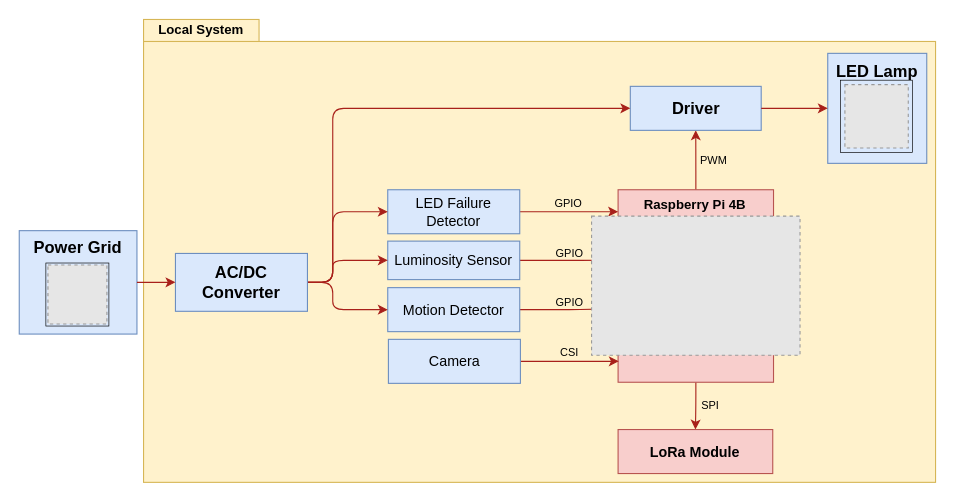
Before: page "local_hw_arch" (4 of 7) of project/report/flowcharts/system_overview.drawio in ESRGgroup9/slipad, a draw.io diagram. Source tidied: cells renumbered, new cells numbered last; positions are measured from the earlier drawing's top-left corner, leaving out a move shared by most shapes. Both pictures are drawn from the tidied source at 110%, with x=0, y=0 at pixel (19, 19). Pictures stored in the file or linked from it are replaced by grey dashed boxes.
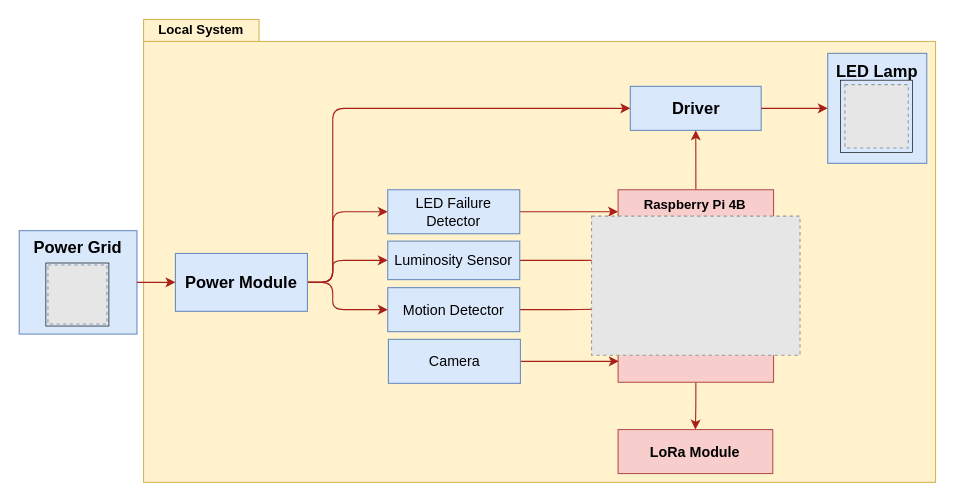
Above is the later version.

Commit message:
Update system_overview.drawio - Local sys

The change refers to these unchanged cells:
```xml
<mxCell id="6" value="Raspberry Pi 4B" style="rounded=0;whiteSpace=wrap;html=1;fillColor=#f8cecc;strokeColor=#b85450;fontColor=default;verticalAlign=top;fontStyle=1;" parent="1" vertex="1">
  <mxGeometry x="544.4" y="155" width="141.3" height="175" as="geometry" />
</mxCell>
<mxCell id="8" value="LED Failure Detector" style="text;html=1;strokeColor=#6C8EBF;fillColor=#dae8fc;align=center;verticalAlign=middle;whiteSpace=wrap;rounded=0;sketch=0;fontSize=13;strokeWidth=1;fontStyle=0;" parent="1" vertex="1">
  <mxGeometry x="335" y="155" width="120" height="40" as="geometry" />
</mxCell>
<mxCell id="10" value="Luminosity Sensor" style="text;html=1;strokeColor=#6C8EBF;fillColor=#dae8fc;align=center;verticalAlign=middle;whiteSpace=wrap;rounded=0;sketch=0;fontSize=13;strokeWidth=1;fontStyle=0;" parent="1" vertex="1">
  <mxGeometry x="335" y="201.7" width="120" height="35" as="geometry" />
</mxCell>
<mxCell id="12" value="&lt;font style=&quot;font-size: 13px;&quot;&gt;Motion Detector&lt;/font&gt;" style="text;html=1;strokeColor=#6C8EBF;fillColor=#dae8fc;align=center;verticalAlign=middle;whiteSpace=wrap;rounded=0;sketch=0;fontSize=13;strokeWidth=1;fontStyle=0;" parent="1" vertex="1">
  <mxGeometry x="335" y="244" width="120" height="40" as="geometry" />
</mxCell>
<mxCell id="14" value="Camera" style="text;html=1;strokeColor=#6C8EBF;fillColor=#dae8fc;align=center;verticalAlign=middle;whiteSpace=wrap;rounded=0;sketch=0;fontSize=13;strokeWidth=1;fontStyle=0;" parent="1" vertex="1">
  <mxGeometry x="335.6" y="291" width="120" height="40" as="geometry" />
</mxCell>
<mxCell id="16" value="&lt;div style=&quot;font-size: 15px&quot;&gt;Driver&lt;/div&gt;" style="rounded=0;whiteSpace=wrap;html=1;fillColor=#dae8fc;strokeColor=#6c8ebf;fontColor=default;fontSize=15;verticalAlign=middle;fontStyle=1;align=center;" parent="1" vertex="1">
  <mxGeometry x="555.5" y="61" width="119" height="40" as="geometry" />
</mxCell>
<mxCell id="33" value="LoRa Module" style="text;html=1;strokeColor=#b85450;fillColor=#f8cecc;align=center;verticalAlign=middle;whiteSpace=wrap;rounded=0;sketch=0;fontSize=13;strokeWidth=1;fontStyle=1;" parent="1" vertex="1">
  <mxGeometry x="544.4" y="373" width="140.6" height="40" as="geometry" />
</mxCell>
```

Change to the diagram source:
```diff
@@
-    <mxCell id="4" value="PWM" style="edgeStyle=orthogonalEdgeStyle;rounded=1;jettySize=auto;html=1;entryX=0.5;entryY=1;entryDx=0;entryDy=0;strokeColor=#A8201A;fontSize=10;labelBackgroundColor=none;" parent="1" edge="1" source="6" target="16">
+    <mxCell id="4" style="edgeStyle=orthogonalEdgeStyle;rounded=1;jettySize=auto;html=1;entryX=0.5;entryY=1;entryDx=0;entryDy=0;strokeColor=#A8201A;fontSize=10;labelBackgroundColor=none;" parent="1" edge="1" source="6" target="16">
       <mxGeometry as="geometry">
         <mxPoint x="16" as="offset" />
       </mxGeometry>
     </mxCell>
-    <mxCell id="5" value="SPI" style="edgeStyle=orthogonalEdgeStyle;rounded=1;jettySize=auto;html=1;entryX=0.5;entryY=0;entryDx=0;entryDy=0;labelBackgroundColor=none;fontSize=10;strokeColor=#A8201A;verticalAlign=middle;" parent="1" edge="1" source="6" target="33">
+    <mxCell id="5" style="edgeStyle=orthogonalEdgeStyle;rounded=1;jettySize=auto;html=1;entryX=0.5;entryY=0;entryDx=0;entryDy=0;labelBackgroundColor=none;fontSize=10;strokeColor=#A8201A;verticalAlign=middle;" parent="1" edge="1" source="6" target="33">
       <mxGeometry x="-0.01" y="-13" relative="1" as="geometry">
         <mxPoint x="26" as="offset" />
       </mxGeometry>
     </mxCell>
@@
-    <mxCell id="7" value="GPIO" style="edgeStyle=orthogonalEdgeStyle;rounded=1;jettySize=auto;html=1;entryX=0;entryY=0.114;entryDx=0;entryDy=0;strokeColor=#A8201A;entryPerimeter=0;fontSize=10;labelBackgroundColor=none;" parent="1" edge="1" source="8" target="6">
+    <mxCell id="7" style="edgeStyle=orthogonalEdgeStyle;rounded=1;jettySize=auto;html=1;entryX=0;entryY=0.114;entryDx=0;entryDy=0;strokeColor=#A8201A;entryPerimeter=0;fontSize=10;labelBackgroundColor=none;" parent="1" edge="1" source="8" target="6">
       <mxGeometry as="geometry">
-        <mxPoint x="-1" y="-8" as="offset" />
+        <mxPoint x="1" y="-46" as="offset" />
       </mxGeometry>
     </mxCell>
@@
-    <mxCell id="9" value="GPIO" style="edgeStyle=orthogonalEdgeStyle;rounded=1;jettySize=auto;html=1;entryX=0;entryY=0.366;entryDx=0;entryDy=0;strokeColor=#A8201A;entryPerimeter=0;fontSize=10;labelBackgroundColor=none;verticalAlign=middle;" parent="1" edge="1" source="10" target="6">
+    <mxCell id="9" style="edgeStyle=orthogonalEdgeStyle;rounded=1;jettySize=auto;html=1;entryX=0;entryY=0.366;entryDx=0;entryDy=0;strokeColor=#A8201A;entryPerimeter=0;fontSize=10;labelBackgroundColor=none;verticalAlign=middle;" parent="1" edge="1" source="10" target="6">
       <mxGeometry as="geometry">
-        <mxPoint y="-6" as="offset" />
+        <mxPoint y="-38" as="offset" />
       </mxGeometry>
     </mxCell>
@@
-    <mxCell id="11" value="GPIO" style="edgeStyle=orthogonalEdgeStyle;rounded=1;jettySize=auto;html=1;strokeColor=#A8201A;entryX=0.003;entryY=0.618;entryDx=0;entryDy=0;entryPerimeter=0;labelBackgroundColor=none;verticalAlign=middle;fontSize=10;" parent="1" edge="1" source="12" target="6">
+    <mxCell id="11" style="edgeStyle=orthogonalEdgeStyle;rounded=1;jettySize=auto;html=1;strokeColor=#A8201A;entryX=0.003;entryY=0.618;entryDx=0;entryDy=0;entryPerimeter=0;labelBackgroundColor=none;verticalAlign=middle;fontSize=10;" parent="1" edge="1" source="12" target="6">
       <mxGeometry as="geometry">
-        <mxPoint y="-7" as="offset" />
+        <mxPoint x="16" y="-25" as="offset" />
       </mxGeometry>
     </mxCell>
@@
-    <mxCell id="13" value="CSI" style="edgeStyle=orthogonalEdgeStyle;rounded=1;jettySize=auto;html=1;strokeColor=#A8201A;labelBackgroundColor=none;fontSize=10;" parent="1" edge="1" source="14">
+    <mxCell id="13" style="edgeStyle=orthogonalEdgeStyle;rounded=1;jettySize=auto;html=1;strokeColor=#A8201A;labelBackgroundColor=none;fontSize=10;" parent="1" edge="1" source="14">
       <mxGeometry as="geometry">
         <mxPoint x="545" y="311" as="targetPoint" />
         <Array as="points">
           <mxPoint x="545" y="311.2" />
         </Array>
-        <mxPoint y="-8" as="offset" />
+        <mxPoint x="1" y="-26" as="offset" />
       </mxGeometry>
     </mxCell>
@@
-    <mxCell id="27" value="&lt;div style=&quot;font-size: 15px&quot;&gt;AC/DC &lt;br style=&quot;font-size: 15px&quot;&gt;&lt;/div&gt;&lt;div style=&quot;font-size: 15px&quot;&gt;Converter&lt;br style=&quot;font-size: 15px&quot;&gt;&lt;/div&gt;" style="rounded=0;whiteSpace=wrap;html=1;fillColor=#dae8fc;strokeColor=#6c8ebf;fontColor=default;fontStyle=1;verticalAlign=middle;fontSize=15;" parent="1" vertex="1">
+    <mxCell id="27" value="Power Module" style="rounded=0;whiteSpace=wrap;html=1;fillColor=#dae8fc;strokeColor=#6c8ebf;fontColor=default;fontStyle=1;verticalAlign=middle;fontSize=15;" parent="1" vertex="1">
       <mxGeometry x="142" y="212.9" width="120" height="52.6" as="geometry" />
     </mxCell>
```
